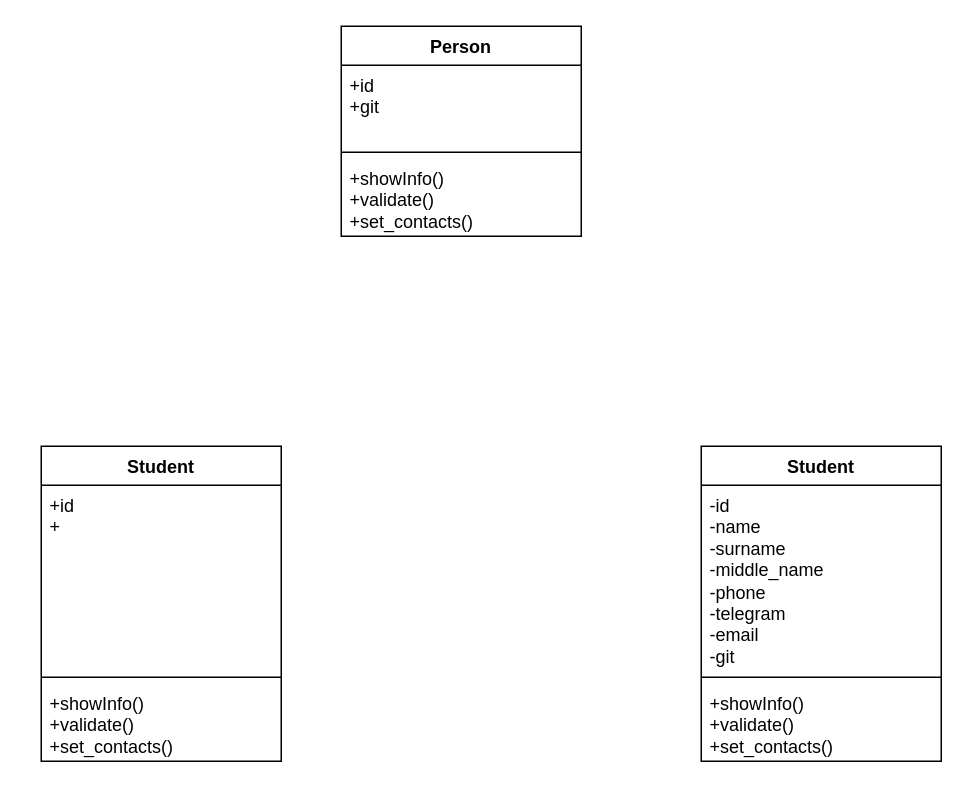
This is Диаграмма классов.drawio from lotarv/designPatterns, a draw.io file, before an edit. Source tidied: cells renumbered, new cells numbered last; positions are measured from the earlier drawing's top-left corner, leaving out a move shared by most shapes. Both pictures are drawn from the tidied source at 150%, with x=0, y=0 at pixel (40, 26).
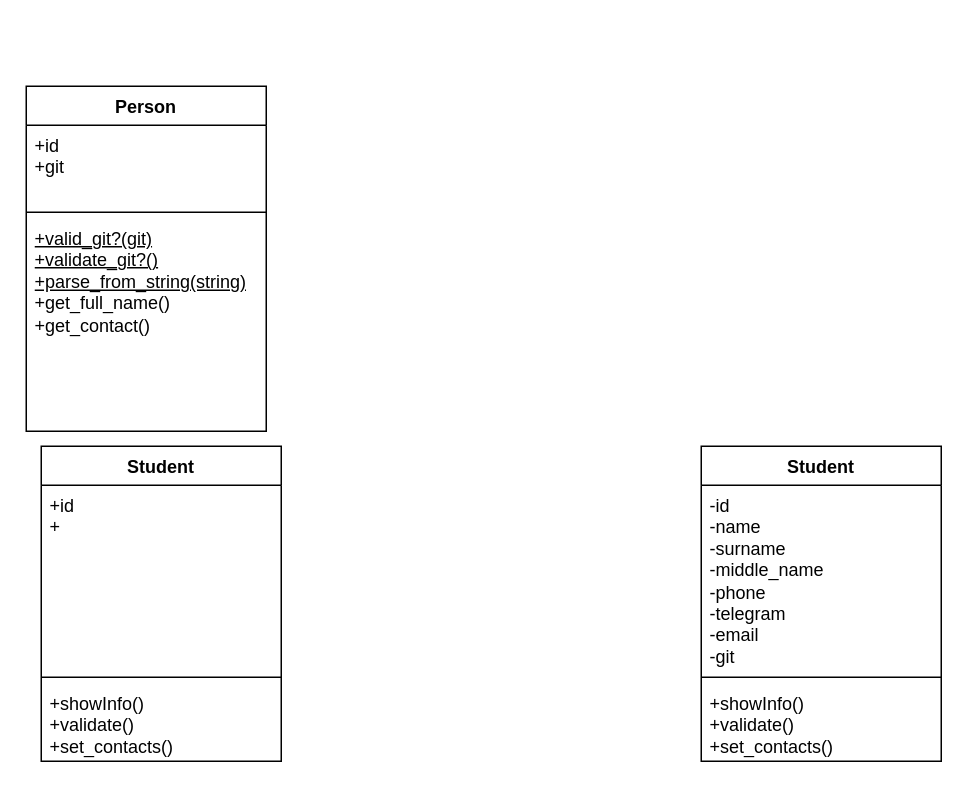
After the change.

What changed in the source:
```diff
@@
 <mxGraphModel>
   <root>
     <mxCell id="0" />
     <mxCell id="1" parent="0" />
     <mxCell id="2" value="Student" style="swimlane;fontStyle=1;align=center;verticalAlign=top;horizontal=1;startSize=26;whiteSpace=wrap;html=1;" parent="1" vertex="1">
       <mxGeometry y="280" width="160" height="210" as="geometry" />
     </mxCell>
     <mxCell id="3" value="+id&lt;div&gt;+&lt;/div&gt;" style="text;strokeColor=none;fillColor=none;align=left;verticalAlign=top;spacingLeft=4;spacingRight=4;overflow=hidden;whiteSpace=wrap;html=1;" parent="2" vertex="1">
       <mxGeometry y="26" width="160" height="124" as="geometry" />
     </mxCell>
     <mxCell id="4" style="line;strokeWidth=1;fillColor=none;align=left;verticalAlign=middle;spacingTop=-1;spacingLeft=3;spacingRight=3;labelPosition=right;strokeColor=inherit;" parent="2" vertex="1">
       <mxGeometry y="150" width="160" height="8" as="geometry" />
     </mxCell>
     <mxCell id="5" value="+showInfo()&lt;div&gt;+validate()&lt;/div&gt;&lt;div&gt;+set_contacts()&lt;/div&gt;&lt;div&gt;&lt;br&gt;&lt;/div&gt;" style="text;strokeColor=none;fillColor=none;align=left;verticalAlign=top;spacingLeft=4;spacingRight=4;overflow=hidden;whiteSpace=wrap;html=1;" parent="2" vertex="1">
       <mxGeometry y="158" width="160" height="52" as="geometry" />
     </mxCell>
     <mxCell id="6" value="Student" style="swimlane;fontStyle=1;align=center;verticalAlign=top;horizontal=1;startSize=26;whiteSpace=wrap;html=1;" parent="1" vertex="1">
       <mxGeometry x="440" y="280" width="160" height="210" as="geometry" />
     </mxCell>
     <mxCell id="7" value="-id&lt;div&gt;-name&lt;/div&gt;&lt;div&gt;-surname&lt;/div&gt;&lt;div&gt;-middle_name&lt;/div&gt;&lt;div&gt;-phone&lt;/div&gt;&lt;div&gt;-telegram&lt;/div&gt;&lt;div&gt;-email&lt;/div&gt;&lt;div&gt;-git&lt;/div&gt;" style="text;strokeColor=none;fillColor=none;align=left;verticalAlign=top;spacingLeft=4;spacingRight=4;overflow=hidden;whiteSpace=wrap;html=1;" parent="6" vertex="1">
       <mxGeometry y="26" width="160" height="124" as="geometry" />
     </mxCell>
     <mxCell id="8" style="line;strokeWidth=1;fillColor=none;align=left;verticalAlign=middle;spacingTop=-1;spacingLeft=3;spacingRight=3;labelPosition=right;strokeColor=inherit;" parent="6" vertex="1">
       <mxGeometry y="150" width="160" height="8" as="geometry" />
     </mxCell>
     <mxCell id="9" value="+showInfo()&lt;div&gt;+validate()&lt;/div&gt;&lt;div&gt;+set_contacts()&lt;/div&gt;&lt;div&gt;&lt;br&gt;&lt;/div&gt;" style="text;strokeColor=none;fillColor=none;align=left;verticalAlign=top;spacingLeft=4;spacingRight=4;overflow=hidden;whiteSpace=wrap;html=1;" parent="6" vertex="1">
       <mxGeometry y="158" width="160" height="52" as="geometry" />
     </mxCell>
     <mxCell id="10" value="Person" style="swimlane;fontStyle=1;align=center;verticalAlign=top;horizontal=1;startSize=26;whiteSpace=wrap;html=1;" parent="1" vertex="1">
-      <mxGeometry x="200" width="160" height="140" as="geometry" />
+      <mxGeometry x="-10" y="40" width="160" height="230" as="geometry" />
     </mxCell>
     <mxCell id="11" value="+id&lt;div&gt;+git&lt;/div&gt;" style="text;strokeColor=none;fillColor=none;align=left;verticalAlign=top;spacingLeft=4;spacingRight=4;overflow=hidden;whiteSpace=wrap;html=1;" parent="10" vertex="1">
       <mxGeometry y="26" width="160" height="54" as="geometry" />
     </mxCell>
     <mxCell id="12" style="line;strokeWidth=1;fillColor=none;align=left;verticalAlign=middle;spacingTop=-1;spacingLeft=3;spacingRight=3;labelPosition=right;strokeColor=inherit;" parent="10" vertex="1">
       <mxGeometry y="80" width="160" height="8" as="geometry" />
     </mxCell>
-    <mxCell id="13" value="+showInfo()&lt;div&gt;+validate()&lt;/div&gt;&lt;div&gt;+set_contacts()&lt;/div&gt;&lt;div&gt;&lt;br&gt;&lt;/div&gt;" style="text;strokeColor=none;fillColor=none;align=left;verticalAlign=top;spacingLeft=4;spacingRight=4;overflow=hidden;whiteSpace=wrap;html=1;" parent="10" vertex="1">
-      <mxGeometry y="88" width="160" height="52" as="geometry" />
+    <mxCell id="13" value="&lt;u&gt;+valid_git?(git)&lt;/u&gt;&lt;div&gt;&lt;u&gt;+validate_git?()&lt;/u&gt;&lt;br&gt;&lt;u&gt;+parse_from_string(string)&lt;/u&gt;&lt;br&gt;+get_full_name()&lt;br&gt;+get_contact()&lt;br&gt;&lt;br&gt;&lt;/div&gt;" style="text;strokeColor=none;fillColor=none;align=left;verticalAlign=top;spacingLeft=4;spacingRight=4;overflow=hidden;whiteSpace=wrap;html=1;" parent="10" vertex="1">
+      <mxGeometry y="88" width="160" height="142" as="geometry" />
     </mxCell>
   </root>
 </mxGraphModel>
```
